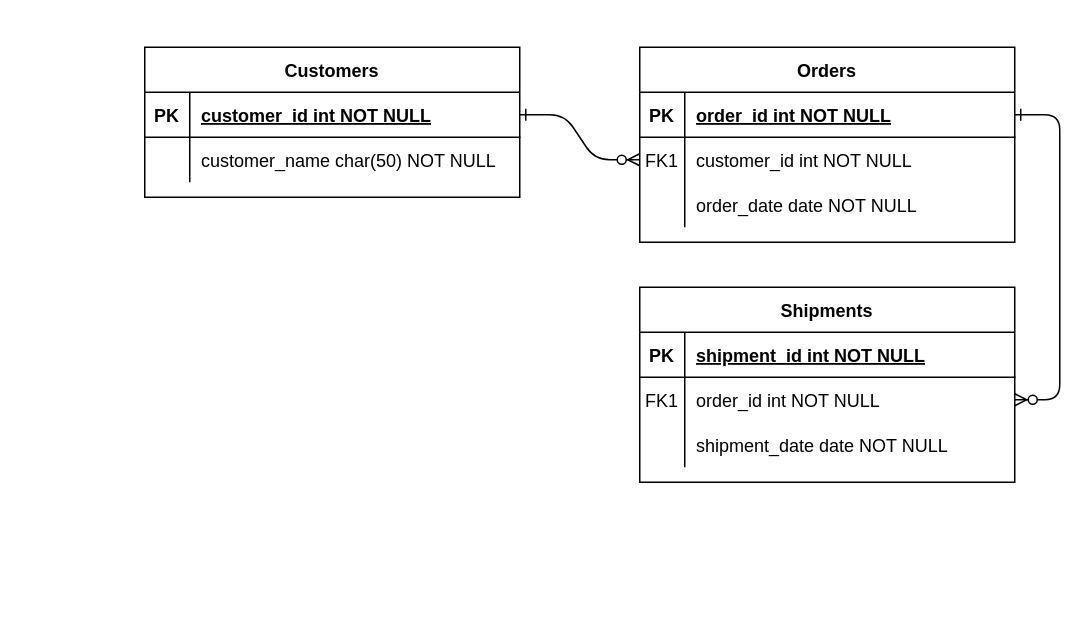
The draw.io diagram docs/Database Documentation/Database Schema.drawio in PatersonMichael/cs2-honors-project-knowledge-base-app, before the edit. Source tidied: cells renumbered, new cells numbered last; positions are measured from the earlier drawing's top-left corner, leaving out a move shared by most shapes. Both pictures are drawn from the tidied source at 150%, with x=0, y=0 at pixel (144, 46).
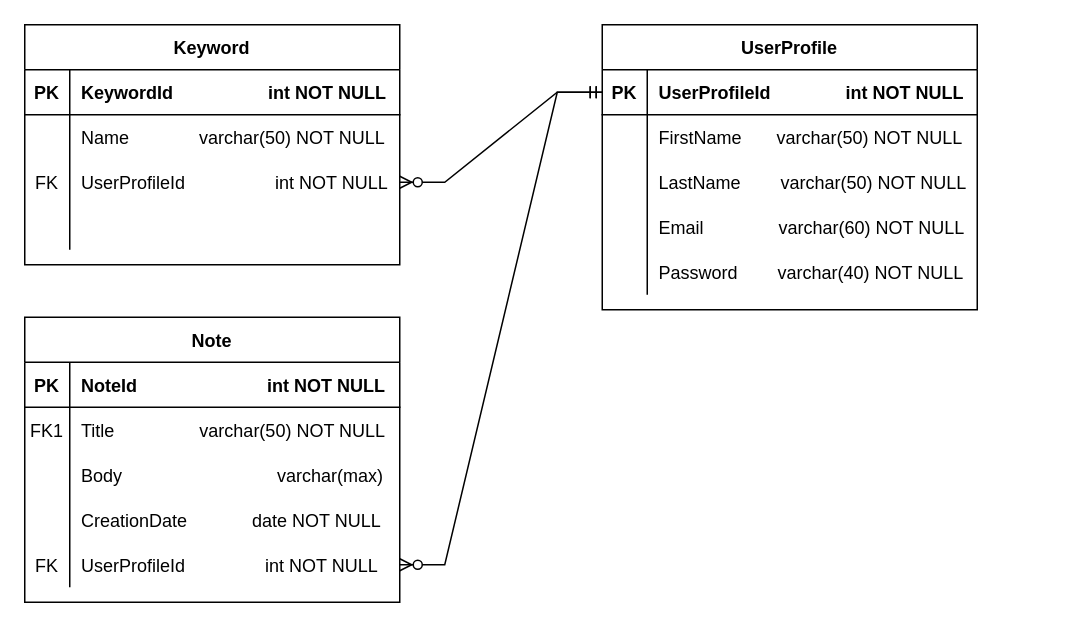
After the change.

Unchanged cells that the change refers to:
```xml
<mxCell id="5" style="shape=partialRectangle;fillColor=none;points=[[0,0.5],[1,0.5]];portConstraint=eastwest;top=0;left=0;right=0;bottom=1;" parent="4" vertex="1">
  <mxGeometry y="30" width="250" height="30" as="geometry" />
</mxCell>
<mxCell id="8" style="shape=partialRectangle;fillColor=none;points=[[0,0.5],[1,0.5]];portConstraint=eastwest;top=0;left=0;right=0;bottom=0;" parent="4" vertex="1">
  <mxGeometry y="60" width="250" height="30" as="geometry" />
</mxCell>
<mxCell id="11" style="shape=partialRectangle;fillColor=none;top=0;left=0;right=0;bottom=0;" parent="4" vertex="1">
  <mxGeometry y="90" width="250" height="30" as="geometry" />
</mxCell>
<mxCell id="15" style="shape=partialRectangle;fillColor=none;points=[[0,0.5],[1,0.5]];portConstraint=eastwest;top=0;left=0;right=0;bottom=1;" parent="14" vertex="1">
  <mxGeometry y="30" width="250" height="30" as="geometry" />
</mxCell>
<mxCell id="18" style="shape=partialRectangle;fillColor=none;points=[[0,0.5],[1,0.5]];portConstraint=eastwest;top=0;left=0;right=0;bottom=0;" parent="14" vertex="1">
  <mxGeometry y="60" width="250" height="30" as="geometry" />
</mxCell>
<mxCell id="21" style="shape=partialRectangle;fillColor=none;top=0;left=0;right=0;bottom=0;" parent="14" vertex="1">
  <mxGeometry y="90" width="250" height="30" as="geometry" />
</mxCell>
<mxCell id="25" style="shape=partialRectangle;fillColor=none;points=[[0,0.5],[1,0.5]];portConstraint=eastwest;top=0;left=0;right=0;bottom=1;" parent="24" vertex="1">
  <mxGeometry y="30" width="250" height="30" as="geometry" />
</mxCell>
<mxCell id="28" style="shape=partialRectangle;fillColor=none;top=0;left=0;right=0;bottom=0;" parent="24" vertex="1">
  <mxGeometry y="60" width="250" height="30" as="geometry" />
</mxCell>
```

The edit, as a diff of the source:
```diff
@@
-    <mxCell id="2" style="edgeStyle=entityRelationEdgeStyle;endArrow=ERzeroToMany;startArrow=ERone;endFill=1;startFill=0;" parent="1" edge="1" source="25" target="8">
-      <mxGeometry relative="1" as="geometry" />
-    </mxCell>
-    <mxCell id="3" style="edgeStyle=entityRelationEdgeStyle;endArrow=ERzeroToMany;startArrow=ERone;endFill=1;startFill=0;" parent="1" edge="1" source="5" target="18">
-      <mxGeometry relative="1" as="geometry" />
-    </mxCell>
-    <mxCell id="4" value="Orders" style="shape=table;startSize=30;childLayout=tableLayout;rowLines=0;fontStyle=1;align=center;" parent="1" vertex="1">
-      <mxGeometry x="330" width="250" height="130" as="geometry" />
+    <mxCell id="4" value="Note" style="shape=table;startSize=30;childLayout=tableLayout;rowLines=0;fontStyle=1;align=center;" parent="1" vertex="1">
+      <mxGeometry x="-80" y="180" width="250" height="190" as="geometry" />
     </mxCell>
@@
-    <mxCell id="7" value="order_id int NOT NULL " style="shape=partialRectangle;overflow=hidden;fillColor=none;top=0;left=0;bottom=0;right=0;align=left;spacingLeft=6;fontStyle=5;" parent="5" vertex="1">
+    <mxCell id="7" value="NoteId                          int NOT NULL" style="shape=partialRectangle;overflow=hidden;fillColor=none;top=0;left=0;bottom=0;right=0;align=left;spacingLeft=6;fontStyle=1;" parent="5" vertex="1">
       <mxGeometry x="30" width="220" height="30" as="geometry" />
     </mxCell>
@@
-    <mxCell id="10" value="customer_id int NOT NULL" style="shape=partialRectangle;overflow=hidden;fillColor=none;top=0;left=0;bottom=0;right=0;align=left;spacingLeft=6;" parent="8" vertex="1">
+    <mxCell id="10" value="Title                 varchar(50) NOT NULL" style="shape=partialRectangle;overflow=hidden;fillColor=none;top=0;left=0;bottom=0;right=0;align=left;spacingLeft=6;" parent="8" vertex="1">
       <mxGeometry x="30" width="220" height="30" as="geometry" />
     </mxCell>
@@
-    <mxCell id="13" value="order_date date NOT NULL" style="shape=partialRectangle;overflow=hidden;fillColor=none;top=0;left=0;bottom=0;right=0;align=left;spacingLeft=6;" parent="11" vertex="1">
+    <mxCell id="13" value="Body                               varchar(max)" style="shape=partialRectangle;overflow=hidden;fillColor=none;top=0;left=0;bottom=0;right=0;align=left;spacingLeft=6;" parent="11" vertex="1">
       <mxGeometry x="30" width="220" height="30" as="geometry" />
     </mxCell>
+    <mxCell id="31" style="shape=partialRectangle;fillColor=none;top=0;left=0;right=0;bottom=0;" parent="4" vertex="1">
+      <mxGeometry y="120" width="250" height="30" as="geometry" />
+    </mxCell>
+    <mxCell id="32" style="shape=partialRectangle;overflow=hidden;fillColor=none;top=0;left=0;bottom=0;right=0;" parent="31" vertex="1">
+      <mxGeometry width="30" height="30" as="geometry" />
+    </mxCell>
+    <mxCell id="33" value="CreationDate             date NOT NULL" style="shape=partialRectangle;overflow=hidden;fillColor=none;top=0;left=0;bottom=0;right=0;align=left;spacingLeft=6;" parent="31" vertex="1">
+      <mxGeometry x="30" width="220" height="30" as="geometry" />
+    </mxCell>
+    <mxCell id="34" style="shape=partialRectangle;fillColor=none;points=[[0,0.5],[1,0.5]];portConstraint=eastwest;top=0;left=0;right=0;bottom=0;" parent="4" vertex="1">
+      <mxGeometry y="150" width="250" height="30" as="geometry" />
+    </mxCell>
+    <mxCell id="35" value="FK" style="shape=partialRectangle;overflow=hidden;fillColor=none;top=0;left=0;bottom=0;right=0;" parent="34" vertex="1">
+      <mxGeometry width="30" height="30" as="geometry" />
+    </mxCell>
+    <mxCell id="36" value="UserProfileId                int NOT NULL" style="shape=partialRectangle;overflow=hidden;fillColor=none;top=0;left=0;bottom=0;right=0;align=left;spacingLeft=6;" parent="34" vertex="1">
+      <mxGeometry x="30" width="220" height="30" as="geometry" />
+    </mxCell>
-    <mxCell id="14" value="Shipments" style="shape=table;startSize=30;childLayout=tableLayout;rowLines=0;fontStyle=1;align=center;" parent="1" vertex="1">
-      <mxGeometry x="330" y="160" width="250" height="130" as="geometry" />
+    <mxCell id="14" value="UserProfile" style="shape=table;startSize=30;childLayout=tableLayout;rowLines=0;fontStyle=1;align=center;" parent="1" vertex="1">
+      <mxGeometry x="305" y="-15" width="250" height="190" as="geometry" />
     </mxCell>
@@
-    <mxCell id="17" value="shipment_id int NOT NULL " style="shape=partialRectangle;overflow=hidden;fillColor=none;top=0;left=0;bottom=0;right=0;align=left;spacingLeft=6;fontStyle=5;" parent="15" vertex="1">
+    <mxCell id="17" value="UserProfileId               int NOT NULL" style="shape=partialRectangle;overflow=hidden;fillColor=none;top=0;left=0;bottom=0;right=0;align=left;spacingLeft=6;fontStyle=1;" parent="15" vertex="1">
       <mxGeometry x="30" width="220" height="30" as="geometry" />
     </mxCell>
@@
-    <mxCell id="19" value="FK1" style="shape=partialRectangle;overflow=hidden;fillColor=none;top=0;left=0;bottom=0;right=0;" parent="18" vertex="1">
+    <mxCell id="19" style="shape=partialRectangle;overflow=hidden;fillColor=none;top=0;left=0;bottom=0;right=0;" parent="18" vertex="1">
       <mxGeometry width="30" height="30" as="geometry" />
     </mxCell>
-    <mxCell id="20" value="order_id int NOT NULL" style="shape=partialRectangle;overflow=hidden;fillColor=none;top=0;left=0;bottom=0;right=0;align=left;spacingLeft=6;" parent="18" vertex="1">
+    <mxCell id="20" value="FirstName       varchar(50) NOT NULL" style="shape=partialRectangle;overflow=hidden;fillColor=none;top=0;left=0;bottom=0;right=0;align=left;spacingLeft=6;fontSize=12;fontStyle=0;" parent="18" vertex="1">
       <mxGeometry x="30" width="220" height="30" as="geometry" />
     </mxCell>
@@
-    <mxCell id="23" value="shipment_date date NOT NULL" style="shape=partialRectangle;overflow=hidden;fillColor=none;top=0;left=0;bottom=0;right=0;align=left;spacingLeft=6;" parent="21" vertex="1">
+    <mxCell id="23" value="LastName        varchar(50) NOT NULL" style="shape=partialRectangle;overflow=hidden;fillColor=none;top=0;left=0;bottom=0;right=0;align=left;spacingLeft=6;" parent="21" vertex="1">
       <mxGeometry x="30" width="220" height="30" as="geometry" />
     </mxCell>
+    <mxCell id="37" style="shape=partialRectangle;fillColor=none;top=0;left=0;right=0;bottom=0;" parent="14" vertex="1">
+      <mxGeometry y="120" width="250" height="30" as="geometry" />
+    </mxCell>
+    <mxCell id="38" style="shape=partialRectangle;overflow=hidden;fillColor=none;top=0;left=0;bottom=0;right=0;" parent="37" vertex="1">
+      <mxGeometry width="30" height="30" as="geometry" />
+    </mxCell>
+    <mxCell id="39" value="Email               varchar(60) NOT NULL" style="shape=partialRectangle;overflow=hidden;fillColor=none;top=0;left=0;bottom=0;right=0;align=left;spacingLeft=6;" parent="37" vertex="1">
+      <mxGeometry x="30" width="220" height="30" as="geometry" />
+    </mxCell>
+    <mxCell id="40" style="shape=partialRectangle;fillColor=none;top=0;left=0;right=0;bottom=0;" parent="14" vertex="1">
+      <mxGeometry y="150" width="250" height="30" as="geometry" />
+    </mxCell>
+    <mxCell id="41" style="shape=partialRectangle;overflow=hidden;fillColor=none;top=0;left=0;bottom=0;right=0;" parent="40" vertex="1">
+      <mxGeometry width="30" height="30" as="geometry" />
+    </mxCell>
+    <mxCell id="42" value="Password        varchar(40) NOT NULL" style="shape=partialRectangle;overflow=hidden;fillColor=none;top=0;left=0;bottom=0;right=0;align=left;spacingLeft=6;" parent="40" vertex="1">
+      <mxGeometry x="30" width="220" height="30" as="geometry" />
+    </mxCell>
-    <mxCell id="24" value="Customers" style="shape=table;startSize=30;childLayout=tableLayout;rowLines=0;fontStyle=1;align=center;" parent="1" vertex="1">
-      <mxGeometry width="250" height="100" as="geometry" />
+    <mxCell id="24" value="Keyword" style="shape=table;startSize=30;childLayout=tableLayout;rowLines=0;fontStyle=1;align=center;" parent="1" vertex="1">
+      <mxGeometry x="-80" y="-15" width="250" height="160" as="geometry" />
     </mxCell>
@@
-    <mxCell id="27" value="customer_id int NOT NULL " style="shape=partialRectangle;overflow=hidden;fillColor=none;top=0;left=0;bottom=0;right=0;align=left;spacingLeft=6;fontStyle=5;" parent="25" vertex="1">
+    <mxCell id="27" value="KeywordId                   int NOT NULL" style="shape=partialRectangle;overflow=hidden;fillColor=none;top=0;left=0;bottom=0;right=0;align=left;spacingLeft=6;fontStyle=1;" parent="25" vertex="1">
       <mxGeometry x="30" width="220" height="30" as="geometry" />
     </mxCell>
@@
-    <mxCell id="30" value="customer_name char(50) NOT NULL" style="shape=partialRectangle;overflow=hidden;fillColor=none;top=0;left=0;bottom=0;right=0;align=left;spacingLeft=6;" parent="28" vertex="1">
+    <mxCell id="30" value="Name              varchar(50) NOT NULL" style="shape=partialRectangle;overflow=hidden;fillColor=none;top=0;left=0;bottom=0;right=0;align=left;spacingLeft=6;" parent="28" vertex="1">
       <mxGeometry x="30" width="220" height="30" as="geometry" />
     </mxCell>
+    <mxCell id="43" style="shape=partialRectangle;fillColor=none;points=[[0,0.5],[1,0.5]];portConstraint=eastwest;top=0;left=0;right=0;bottom=0;" parent="24" vertex="1">
+      <mxGeometry y="90" width="250" height="30" as="geometry" />
+    </mxCell>
+    <mxCell id="44" value="FK" style="shape=partialRectangle;overflow=hidden;fillColor=none;top=0;left=0;bottom=0;right=0;" parent="43" vertex="1">
+      <mxGeometry width="30" height="30" as="geometry" />
+    </mxCell>
+    <mxCell id="45" value="UserProfileId                  int NOT NULL" style="shape=partialRectangle;overflow=hidden;fillColor=none;top=0;left=0;bottom=0;right=0;align=left;spacingLeft=6;" parent="43" vertex="1">
+      <mxGeometry x="30" width="220" height="30" as="geometry" />
+    </mxCell>
+    <mxCell id="46" style="shape=partialRectangle;fillColor=none;top=0;left=0;right=0;bottom=0;" parent="24" vertex="1">
+      <mxGeometry y="120" width="250" height="30" as="geometry" />
+    </mxCell>
+    <mxCell id="47" style="shape=partialRectangle;overflow=hidden;fillColor=none;top=0;left=0;bottom=0;right=0;" parent="46" vertex="1">
+      <mxGeometry width="30" height="30" as="geometry" />
+    </mxCell>
+    <mxCell id="48" style="shape=partialRectangle;overflow=hidden;fillColor=none;top=0;left=0;bottom=0;right=0;align=left;spacingLeft=6;" parent="46" vertex="1">
+      <mxGeometry x="30" width="220" height="30" as="geometry" />
+    </mxCell>
+    <mxCell id="49" style="edgeStyle=entityRelationEdgeStyle;fontSize=12;html=1;endArrow=ERzeroToMany;startArrow=ERmandOne;rounded=0;exitX=0;exitY=0.5;exitDx=0;exitDy=0;entryX=1;entryY=0.5;entryDx=0;entryDy=0;" parent="1" edge="1" source="15" target="43">
+      <mxGeometry relative="1" as="geometry" />
+    </mxCell>
+    <mxCell id="50" style="edgeStyle=entityRelationEdgeStyle;fontSize=12;html=1;endArrow=ERzeroToMany;startArrow=ERmandOne;rounded=0;exitX=0;exitY=0.5;exitDx=0;exitDy=0;entryX=1;entryY=0.5;entryDx=0;entryDy=0;" parent="1" edge="1" source="15" target="34">
+      <mxGeometry relative="1" as="geometry" />
+    </mxCell>
```
